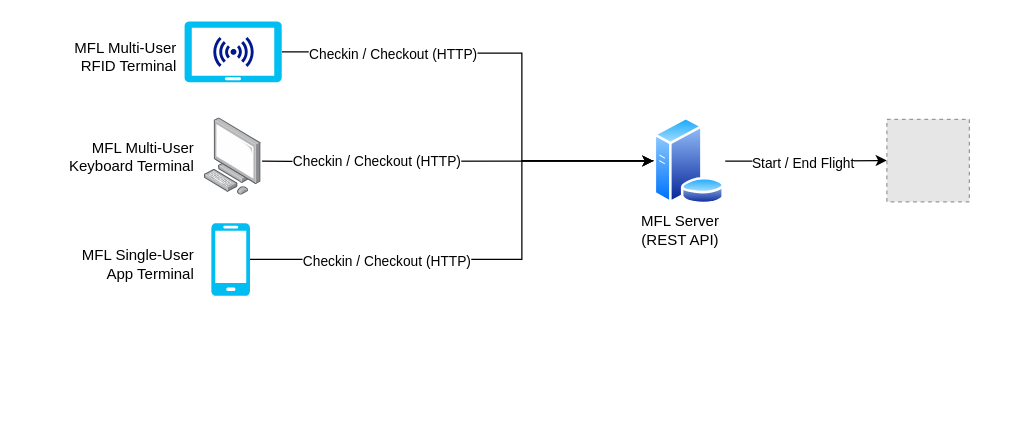
Above: mfl_systemuebersicht.drawio in soumas/model-flight-logbook (draw.io), before the change. Source tidied: cells renumbered, new cells numbered last; positions are measured from the earlier drawing's top-left corner, leaving out a move shared by most shapes. Both pictures are drawn from the tidied source at 125%, with x=0, y=0 at pixel (46, 21). Pictures stored in the file or linked from it are replaced by grey dashed boxes.
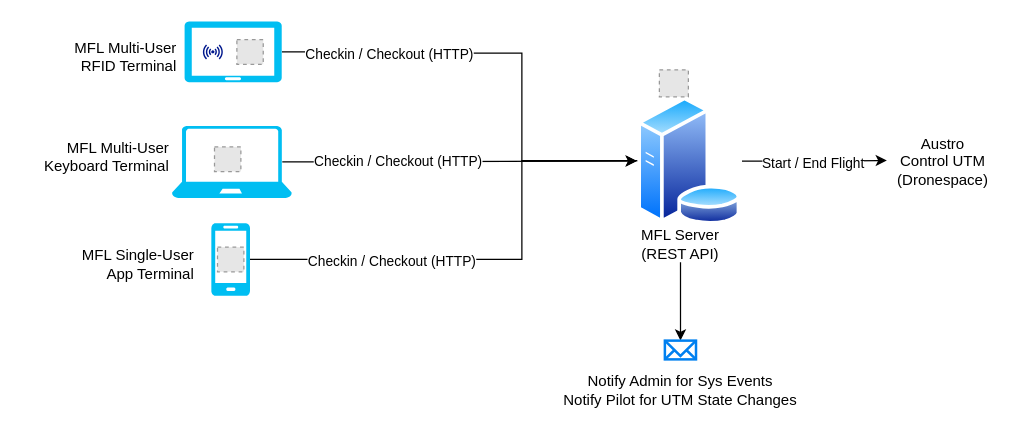
The same page after the edit.

The edit, as a diff of the source:
```diff
@@
+    <mxCell id="21" style="verticalLabelPosition=bottom;html=1;verticalAlign=top;align=center;strokeColor=none;fillColor=#00BEF2;shape=mxgraph.azure.laptop;" parent="1" vertex="1">
+      <mxGeometry x="100" y="83.2" width="96" height="57.6" as="geometry" />
+    </mxCell>
@@
-    <mxCell id="9" style="edgeStyle=orthogonalEdgeStyle;rounded=0;jettySize=auto;html=1;" parent="1" edge="1" source="11" target="20">
-      <mxGeometry relative="1" as="geometry" />
+    <mxCell id="9" style="edgeStyle=orthogonalEdgeStyle;rounded=0;jettySize=auto;html=1;" parent="1" edge="1" source="11">
+      <mxGeometry relative="1" as="geometry">
+        <mxPoint x="672" y="110.9" as="targetPoint" />
+      </mxGeometry>
     </mxCell>
@@
     <mxCell id="11" style="image;perimeter=ellipsePerimeter;html=1;align=center;shadow=0;dashed=0;spacingTop=3;image=img/lib/active_directory/database_server.svg;" parent="1" vertex="1">
-      <mxGeometry x="485.3" y="76.3" width="57.4" height="70" as="geometry" />
+      <mxGeometry x="472" y="60" width="84.1" height="102.5" as="geometry" />
     </mxCell>
+    <mxCell id="22" style="edgeStyle=orthogonalEdgeStyle;rounded=0;jettySize=auto;html=1;" parent="1" edge="1" source="12" target="24">
+      <mxGeometry relative="1" as="geometry" />
+    </mxCell>
     <mxCell id="12" value="&lt;div&gt;MFL Server (REST API)&lt;br&gt;&lt;/div&gt;" style="text;html=1;align=center;verticalAlign=middle;whiteSpace=wrap;rounded=0;" parent="1" vertex="1">
-      <mxGeometry x="470" y="152.3" width="73.7" height="29" as="geometry" />
+      <mxGeometry x="470" y="163.3" width="73.7" height="29" as="geometry" />
     </mxCell>
@@
     <mxCell id="14" style="sketch=0;shadow=0;dashed=0;html=1;strokeColor=none;labelPosition=center;verticalLabelPosition=bottom;verticalAlign=top;align=center;fillColor=#00188D;shape=mxgraph.mscae.enterprise.wireless_connection;" parent="1" vertex="1">
-      <mxGeometry x="146.9" y="12" width="20.2" height="24" as="geometry" />
+      <mxGeometry x="131.5" y="18" width="10.1" height="12" as="geometry" />
     </mxCell>
-    <mxCell id="15" style="sketch=0;shadow=0;dashed=0;html=1;strokeColor=none;labelPosition=center;verticalLabelPosition=bottom;verticalAlign=top;align=center;fillColor=#00188D;shape=mxgraph.mscae.enterprise.wireless_connection;rotation=-180;" parent="1" vertex="1">
-      <mxGeometry x="131.5" y="12" width="20.2" height="24" as="geometry" />
-    </mxCell>
-    <mxCell id="16" style="image;points=[];html=1;align=center;shadow=0;dashed=0;image=img/lib/allied_telesis/computer_and_terminals/Personal_Computer.svg;" parent="1" vertex="1">
-      <mxGeometry x="126" y="77" width="45.6" height="61.8" as="geometry" />
-    </mxCell>
     <mxCell id="17" value="&lt;div&gt;MFL Multi-User&lt;/div&gt;&lt;div&gt;Keyboard Terminal&lt;br&gt;&lt;/div&gt;" style="text;html=1;align=right;verticalAlign=middle;whiteSpace=wrap;rounded=0;" parent="1" vertex="1">
-      <mxGeometry y="83.4" width="120" height="49" as="geometry" />
+      <mxGeometry x="-20" y="83.2" width="120" height="49" as="geometry" />
     </mxCell>
-    <mxCell id="18" style="edgeStyle=orthogonalEdgeStyle;rounded=0;jettySize=auto;html=1;entryX=0;entryY=0.5;entryDx=0;entryDy=0;exitX=1.013;exitY=0.558;exitDx=0;exitDy=0;exitPerimeter=0;" parent="1" edge="1" source="16" target="11">
+    <mxCell id="18" style="edgeStyle=orthogonalEdgeStyle;rounded=0;jettySize=auto;html=1;entryX=0;entryY=0.5;entryDx=0;entryDy=0;exitX=0.92;exitY=0.5;exitDx=0;exitDy=0;exitPerimeter=0;" parent="1" edge="1" source="21" target="11">
       <mxGeometry relative="1" as="geometry">
         <Array as="points">
-          <mxPoint x="194" y="112" />
-          <mxPoint x="503" y="111" />
+          <mxPoint x="210" y="112" />
         </Array>
       </mxGeometry>
     </mxCell>
     <mxCell id="19" value="Checkin / Checkout (HTTP)" style="edgeLabel;html=1;align=center;verticalAlign=middle;" parent="18" vertex="1">
       <mxGeometry x="-0.46" y="-1" relative="1" as="geometry">
-        <mxPoint x="6" y="-1" as="offset" />
+        <mxPoint x="15" y="-1" as="offset" />
       </mxGeometry>
     </mxCell>
-    <mxCell id="20" style="fillColor=#E6E6E6;strokeColor=#999999;dashed=1;html=1;verticalAlign=top;verticalLabelPosition=bottom;labelBackgroundColor=#ffffff;" parent="1" vertex="1">
-      <mxGeometry x="672" y="77.9" width="66" height="66" as="geometry" />
-    </mxCell>
+    <mxCell id="23" value="Austro Control UTM (Dronespace)" style="text;html=1;align=center;verticalAlign=middle;whiteSpace=wrap;rounded=0;" parent="1" vertex="1">
+      <mxGeometry x="680" y="88.1" width="73.7" height="47.7" as="geometry" />
+    </mxCell>
+    <mxCell id="24" style="html=1;verticalLabelPosition=bottom;align=center;labelBackgroundColor=#ffffff;verticalAlign=top;strokeWidth=2;strokeColor=#0080F0;shadow=0;dashed=0;shape=mxgraph.ios7.icons.mail;" parent="1" vertex="1">
+      <mxGeometry x="494.4" y="255" width="24.9" height="15" as="geometry" />
+    </mxCell>
+    <mxCell id="25" value="&lt;div&gt;Notify Admin for Sys Events&lt;/div&gt;&lt;div&gt;Notify Pilot for UTM State Changes&lt;br&gt;&lt;/div&gt;" style="text;html=1;align=center;verticalAlign=middle;whiteSpace=wrap;rounded=0;" parent="1" vertex="1">
+      <mxGeometry x="391.9" y="280" width="230" height="30" as="geometry" />
+    </mxCell>
+    <mxCell id="26" style="fillColor=#E6E6E6;strokeColor=#999999;dashed=1;verticalLabelPosition=bottom;labelBackgroundColor=default;verticalAlign=top;" parent="1" vertex="1">
+      <mxGeometry x="152" y="14.2" width="21.1" height="19.7" as="geometry" />
+    </mxCell>
+    <mxCell id="27" style="sketch=0;shadow=0;dashed=0;html=1;strokeColor=none;labelPosition=center;verticalLabelPosition=bottom;verticalAlign=top;align=center;fillColor=#00188D;shape=mxgraph.mscae.enterprise.wireless_connection;rotation=-180;" parent="1" vertex="1">
+      <mxGeometry x="124" y="18" width="10.1" height="12" as="geometry" />
+    </mxCell>
+    <mxCell id="28" style="fillColor=#E6E6E6;strokeColor=#999999;dashed=1;verticalLabelPosition=bottom;labelBackgroundColor=default;verticalAlign=top;" parent="1" vertex="1">
+      <mxGeometry x="136.5" y="180.2" width="21.1" height="19.7" as="geometry" />
+    </mxCell>
+    <mxCell id="29" style="fillColor=#E6E6E6;strokeColor=#999999;dashed=1;verticalLabelPosition=bottom;labelBackgroundColor=default;verticalAlign=top;" parent="1" vertex="1">
+      <mxGeometry x="490" y="38.3" width="23.2" height="21.7" as="geometry" />
+    </mxCell>
+    <mxCell id="30" style="fillColor=#E6E6E6;strokeColor=#999999;dashed=1;verticalLabelPosition=bottom;labelBackgroundColor=default;verticalAlign=top;" parent="1" vertex="1">
+      <mxGeometry x="134.1" y="100" width="21.1" height="19.7" as="geometry" />
+    </mxCell>
```
